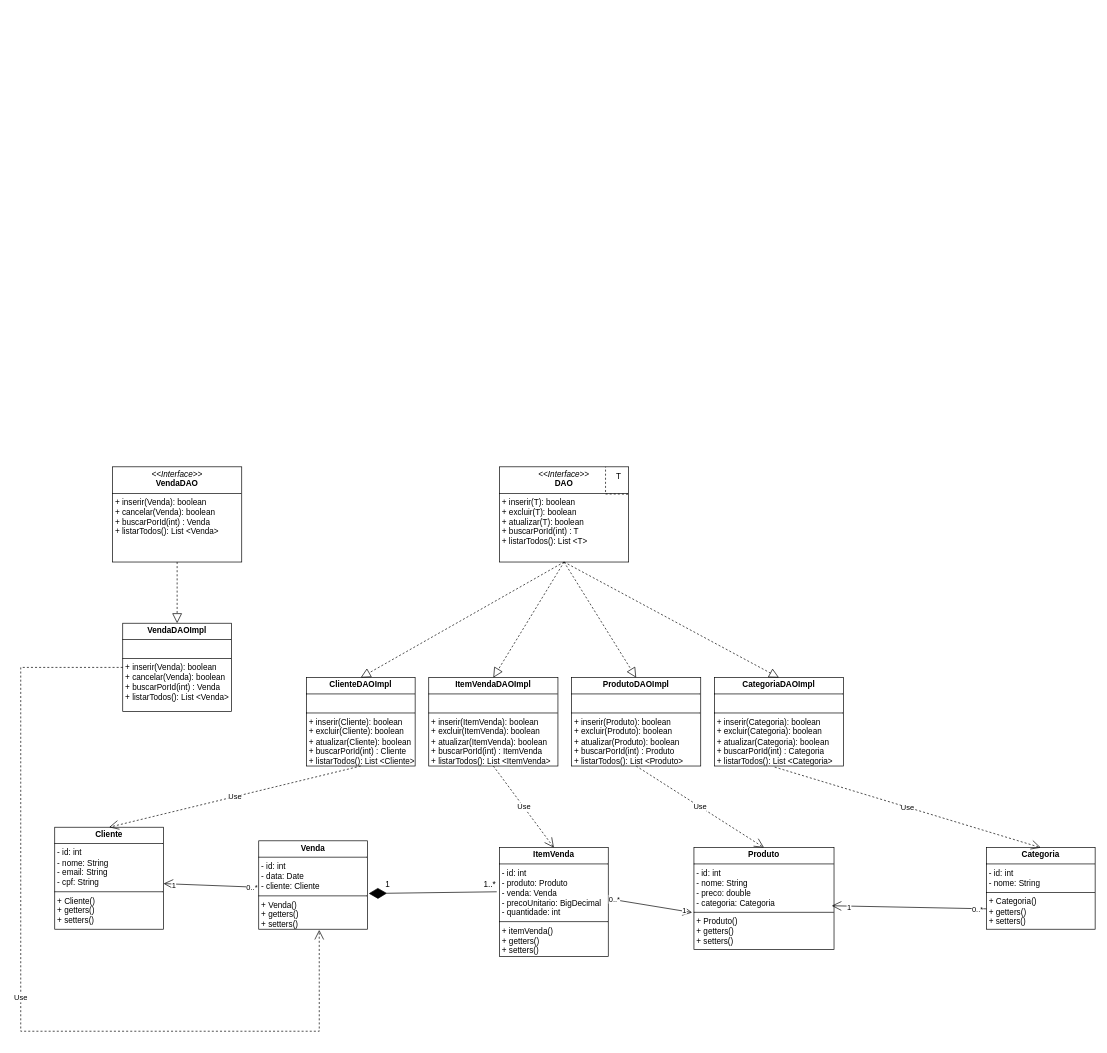
Above: DIagramaDeClasse.drawio in vitor0930/CRUD-Floricultura (draw.io), before the change. Source tidied: cells renumbered, new cells numbered last; positions are measured from the earlier drawing's top-left corner, leaving out a move shared by most shapes. Both pictures are drawn from the tidied source at 68%, with x=0, y=0 at pixel (20, 466).
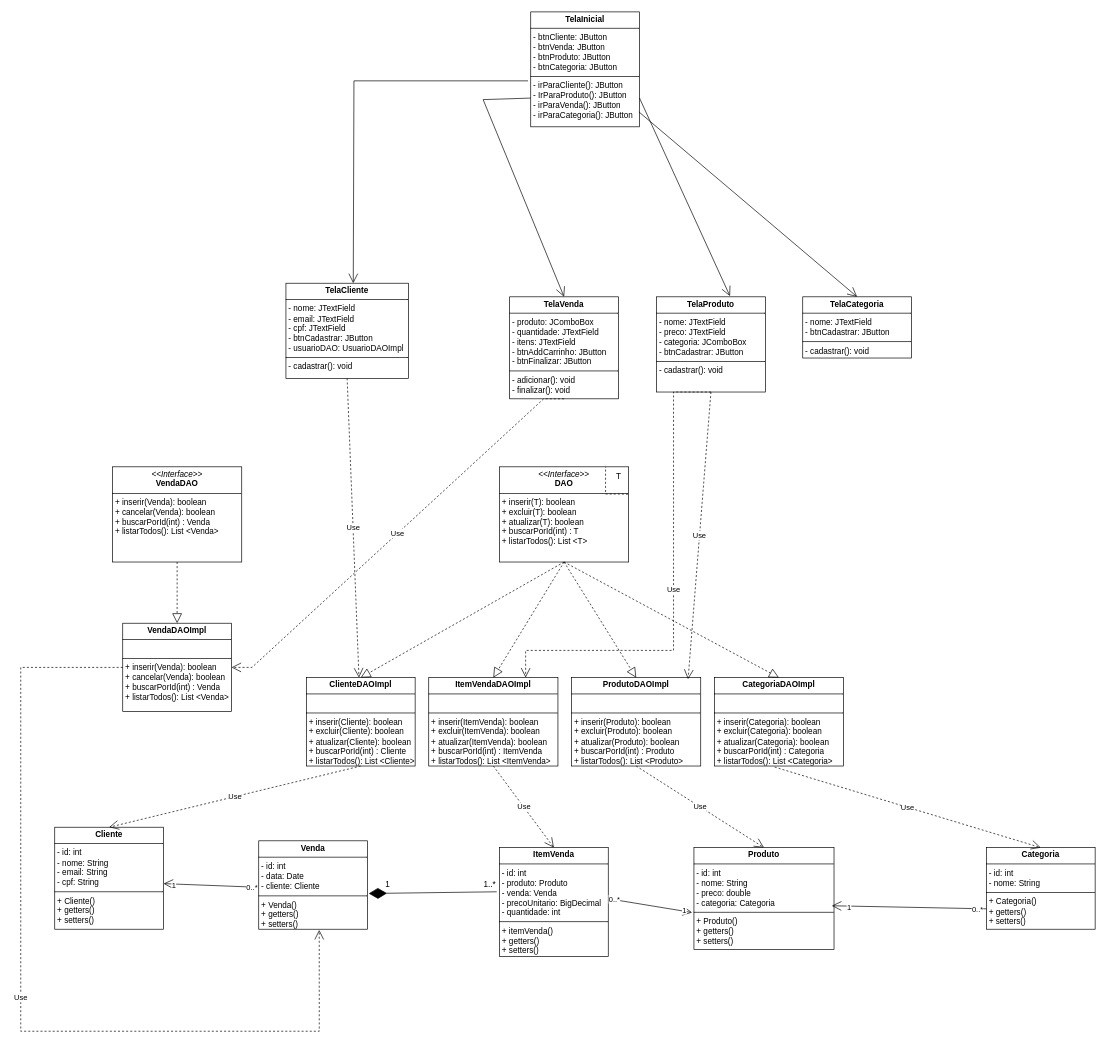
Above is the later version.

Unchanged cells that the change refers to:
```xml
<mxCell id="9" value="&lt;p style=&quot;margin:0px;margin-top:4px;text-align:center;&quot;&gt;&lt;b&gt;ClienteDAOImpl&lt;/b&gt;&lt;/p&gt;&lt;hr size=&quot;1&quot; style=&quot;border-style:solid;&quot;&gt;&lt;p style=&quot;margin:0px;margin-left:4px;&quot;&gt;&lt;br&gt;&lt;/p&gt;&lt;hr size=&quot;1&quot; style=&quot;border-style:solid;&quot;&gt;&lt;p style=&quot;margin: 0px 0px 0px 4px;&quot;&gt;+ inserir(Cliente): boolean&lt;br&gt;+ excluir(Cliente): boolean&lt;/p&gt;&lt;p style=&quot;margin: 0px 0px 0px 4px;&quot;&gt;+ atualizar(Cliente): boolean&lt;/p&gt;&lt;p style=&quot;margin: 0px 0px 0px 4px;&quot;&gt;+ buscarPorId(int) : Cliente&lt;/p&gt;&lt;p style=&quot;margin: 0px 0px 0px 4px;&quot;&gt;+ listarTodos(): List &amp;lt;Cliente&amp;gt;&lt;/p&gt;" style="verticalAlign=top;align=left;overflow=fill;html=1;whiteSpace=wrap;" parent="1" vertex="1">
  <mxGeometry x="420" y="310" width="160" height="130" as="geometry" />
</mxCell>
<mxCell id="10" value="&lt;p style=&quot;margin:0px;margin-top:4px;text-align:center;&quot;&gt;&lt;b&gt;VendaDAOImpl&lt;/b&gt;&lt;/p&gt;&lt;hr size=&quot;1&quot; style=&quot;border-style:solid;&quot;&gt;&lt;p style=&quot;margin:0px;margin-left:4px;&quot;&gt;&lt;br&gt;&lt;/p&gt;&lt;hr size=&quot;1&quot; style=&quot;border-style:solid;&quot;&gt;&lt;p style=&quot;margin: 0px 0px 0px 4px;&quot;&gt;+ inserir(Venda): boolean&lt;br&gt;+ cancelar(Venda): boolean&lt;/p&gt;&lt;p style=&quot;margin: 0px 0px 0px 4px;&quot;&gt;+ buscarPorId(int) : Venda&lt;/p&gt;&lt;p style=&quot;margin: 0px 0px 0px 4px;&quot;&gt;+ listarTodos(): List &amp;lt;Venda&amp;gt;&lt;/p&gt;" style="verticalAlign=top;align=left;overflow=fill;html=1;whiteSpace=wrap;" parent="1" vertex="1">
  <mxGeometry x="150" y="230" width="160" height="130" as="geometry" />
</mxCell>
<mxCell id="13" value="&lt;p style=&quot;margin:0px;margin-top:4px;text-align:center;&quot;&gt;&lt;b&gt;ProdutoDAOImpl&lt;/b&gt;&lt;/p&gt;&lt;hr size=&quot;1&quot; style=&quot;border-style:solid;&quot;&gt;&lt;p style=&quot;margin:0px;margin-left:4px;&quot;&gt;&lt;br&gt;&lt;/p&gt;&lt;hr size=&quot;1&quot; style=&quot;border-style:solid;&quot;&gt;&lt;p style=&quot;margin: 0px 0px 0px 4px;&quot;&gt;+ inserir(Produto): boolean&lt;br&gt;+ excluir(Produto): boolean&lt;/p&gt;&lt;p style=&quot;margin: 0px 0px 0px 4px;&quot;&gt;+ atualizar(Produto): boolean&lt;/p&gt;&lt;p style=&quot;margin: 0px 0px 0px 4px;&quot;&gt;+ buscarPorId(int) : Produto&lt;/p&gt;&lt;p style=&quot;margin: 0px 0px 0px 4px;&quot;&gt;+ listarTodos(): List &amp;lt;Produto&amp;gt;&lt;/p&gt;" style="verticalAlign=top;align=left;overflow=fill;html=1;whiteSpace=wrap;" parent="1" vertex="1">
  <mxGeometry x="810" y="310" width="190" height="130" as="geometry" />
</mxCell>
<mxCell id="14" value="&lt;p style=&quot;margin:0px;margin-top:4px;text-align:center;&quot;&gt;&lt;b&gt;ItemVendaDAOImpl&lt;/b&gt;&lt;/p&gt;&lt;hr size=&quot;1&quot; style=&quot;border-style:solid;&quot;&gt;&lt;p style=&quot;margin:0px;margin-left:4px;&quot;&gt;&lt;br&gt;&lt;/p&gt;&lt;hr size=&quot;1&quot; style=&quot;border-style:solid;&quot;&gt;&lt;p style=&quot;margin: 0px 0px 0px 4px;&quot;&gt;+ inserir(ItemVenda): boolean&lt;br&gt;+ excluir(ItemVenda): boolean&lt;/p&gt;&lt;p style=&quot;margin: 0px 0px 0px 4px;&quot;&gt;+ atualizar(ItemVenda): boolean&lt;/p&gt;&lt;p style=&quot;margin: 0px 0px 0px 4px;&quot;&gt;+ buscarPorId(int) : ItemVenda&lt;/p&gt;&lt;p style=&quot;margin: 0px 0px 0px 4px;&quot;&gt;+ listarTodos(): List &amp;lt;ItemVenda&amp;gt;&lt;/p&gt;" style="verticalAlign=top;align=left;overflow=fill;html=1;whiteSpace=wrap;" parent="1" vertex="1">
  <mxGeometry x="600" y="310" width="190" height="130" as="geometry" />
</mxCell>
```

What changed in the source:
```diff
@@
+    <mxCell id="39" value="&lt;p style=&quot;margin:0px;margin-top:4px;text-align:center;&quot;&gt;&lt;b&gt;TelaInicial&lt;/b&gt;&lt;/p&gt;&lt;hr size=&quot;1&quot; style=&quot;border-style:solid;&quot;&gt;&lt;p style=&quot;margin: 0px 0px 0px 4px;&quot;&gt;- btnCliente: JButton&lt;/p&gt;&lt;p style=&quot;margin: 0px 0px 0px 4px;&quot;&gt;- btnVenda: JButton&lt;/p&gt;&lt;p style=&quot;margin: 0px 0px 0px 4px;&quot;&gt;- btnProduto: JButton&lt;/p&gt;&lt;p style=&quot;margin: 0px 0px 0px 4px;&quot;&gt;- btnCategoria: JButton&lt;/p&gt;&lt;hr size=&quot;1&quot; style=&quot;border-style:solid;&quot;&gt;&lt;p style=&quot;margin:0px;margin-left:4px;&quot;&gt;- irParaCliente(): JButton&lt;/p&gt;&lt;p style=&quot;margin:0px;margin-left:4px;&quot;&gt;- IrParaProduto(): JButton&lt;/p&gt;&lt;p style=&quot;margin:0px;margin-left:4px;&quot;&gt;- irParaVenda(): JButton&lt;/p&gt;&lt;p style=&quot;margin:0px;margin-left:4px;&quot;&gt;- irParaCategoria(): JButton&lt;/p&gt;" style="verticalAlign=top;align=left;overflow=fill;html=1;whiteSpace=wrap;" parent="1" vertex="1">
+      <mxGeometry x="750" y="-669" width="160" height="169" as="geometry" />
+    </mxCell>
+    <mxCell id="40" value="&lt;p style=&quot;margin:0px;margin-top:4px;text-align:center;&quot;&gt;&lt;b&gt;TelaCliente&lt;/b&gt;&lt;/p&gt;&lt;hr size=&quot;1&quot; style=&quot;border-style:solid;&quot;&gt;&lt;p style=&quot;margin:0px;margin-left:4px;&quot;&gt;- nome: JTextField&lt;/p&gt;&lt;p style=&quot;margin:0px;margin-left:4px;&quot;&gt;- email: JTextField&lt;/p&gt;&lt;p style=&quot;margin:0px;margin-left:4px;&quot;&gt;- cpf: JTextField&lt;/p&gt;&lt;p style=&quot;margin:0px;margin-left:4px;&quot;&gt;- btnCadastrar: JButton&lt;/p&gt;&lt;p style=&quot;margin:0px;margin-left:4px;&quot;&gt;- usuarioDAO: UsuarioDAOImpl&lt;/p&gt;&lt;hr size=&quot;1&quot; style=&quot;border-style:solid;&quot;&gt;&lt;p style=&quot;margin:0px;margin-left:4px;&quot;&gt;- cadastrar(): void&lt;/p&gt;" style="verticalAlign=top;align=left;overflow=fill;html=1;whiteSpace=wrap;" parent="1" vertex="1">
+      <mxGeometry x="390" y="-270" width="180" height="140" as="geometry" />
+    </mxCell>
+    <mxCell id="41" value="&lt;p style=&quot;margin:0px;margin-top:4px;text-align:center;&quot;&gt;&lt;b&gt;TelaVenda&lt;/b&gt;&lt;/p&gt;&lt;hr size=&quot;1&quot; style=&quot;border-style:solid;&quot;&gt;&lt;p style=&quot;margin:0px;margin-left:4px;&quot;&gt;- produto: JComboBox&lt;/p&gt;&lt;p style=&quot;margin:0px;margin-left:4px;&quot;&gt;- quantidade: JTextField&lt;/p&gt;&lt;p style=&quot;margin:0px;margin-left:4px;&quot;&gt;- itens: JTextField&lt;/p&gt;&lt;p style=&quot;margin:0px;margin-left:4px;&quot;&gt;- btnAddCarrinho: JButton&lt;/p&gt;&lt;p style=&quot;margin:0px;margin-left:4px;&quot;&gt;- btnFinalizar: JButton&lt;/p&gt;&lt;hr size=&quot;1&quot; style=&quot;border-style:solid;&quot;&gt;&lt;p style=&quot;margin:0px;margin-left:4px;&quot;&gt;- adicionar(): void&lt;/p&gt;&lt;p style=&quot;margin:0px;margin-left:4px;&quot;&gt;- finalizar(): void&lt;/p&gt;" style="verticalAlign=top;align=left;overflow=fill;html=1;whiteSpace=wrap;" parent="1" vertex="1">
+      <mxGeometry x="719" y="-250" width="160" height="150" as="geometry" />
+    </mxCell>
+    <mxCell id="42" value="&lt;p style=&quot;margin:0px;margin-top:4px;text-align:center;&quot;&gt;&lt;b&gt;TelaProduto&lt;/b&gt;&lt;/p&gt;&lt;hr size=&quot;1&quot; style=&quot;border-style:solid;&quot;&gt;&lt;p style=&quot;margin:0px;margin-left:4px;&quot;&gt;- nome: JTextField&lt;/p&gt;&lt;p style=&quot;margin:0px;margin-left:4px;&quot;&gt;- preco: JTextField&lt;/p&gt;&lt;p style=&quot;margin:0px;margin-left:4px;&quot;&gt;- categoria: JComboBox&lt;/p&gt;&lt;p style=&quot;margin:0px;margin-left:4px;&quot;&gt;- btnCadastrar: JButton&lt;/p&gt;&lt;hr size=&quot;1&quot; style=&quot;border-style:solid;&quot;&gt;&lt;p style=&quot;margin:0px;margin-left:4px;&quot;&gt;- cadastrar(): void&lt;/p&gt;" style="verticalAlign=top;align=left;overflow=fill;html=1;whiteSpace=wrap;" parent="1" vertex="1">
+      <mxGeometry x="935" y="-250" width="160" height="140" as="geometry" />
+    </mxCell>
+    <mxCell id="43" value="&lt;p style=&quot;margin:0px;margin-top:4px;text-align:center;&quot;&gt;&lt;b&gt;TelaCategoria&lt;/b&gt;&lt;/p&gt;&lt;hr size=&quot;1&quot; style=&quot;border-style:solid;&quot;&gt;&lt;p style=&quot;margin:0px;margin-left:4px;&quot;&gt;- nome: JTextField&lt;/p&gt;&lt;p style=&quot;margin:0px;margin-left:4px;&quot;&gt;- btnCadastrar: JButton&lt;/p&gt;&lt;hr size=&quot;1&quot; style=&quot;border-style:solid;&quot;&gt;&lt;p style=&quot;margin:0px;margin-left:4px;&quot;&gt;- cadastrar(): void&lt;/p&gt;" style="verticalAlign=top;align=left;overflow=fill;html=1;whiteSpace=wrap;" parent="1" vertex="1">
+      <mxGeometry x="1150" y="-250" width="160" height="90" as="geometry" />
+    </mxCell>
+    <mxCell id="44" value="Use" style="endArrow=open;endSize=12;dashed=1;html=1;rounded=0;exitX=0.5;exitY=1;exitDx=0;exitDy=0;" parent="1" edge="1" source="40" target="9">
+      <mxGeometry relative="1" as="geometry" />
+    </mxCell>
+    <mxCell id="45" value="Use" style="endArrow=open;endSize=12;dashed=1;html=1;rounded=0;exitX=0.5;exitY=1;exitDx=0;exitDy=0;edgeStyle=entityRelationEdgeStyle;elbow=vertical;" parent="1" edge="1" source="41" target="10">
+      <mxGeometry relative="1" as="geometry" />
+    </mxCell>
+    <mxCell id="46" value="Use" style="endArrow=open;endSize=12;dashed=1;html=1;rounded=0;exitX=0.5;exitY=1;exitDx=0;exitDy=0;elbow=vertical;entryX=0.75;entryY=0;entryDx=0;entryDy=0;edgeStyle=orthogonalEdgeStyle;" parent="1" edge="1" source="42" target="14">
+      <mxGeometry relative="1" as="geometry">
+        <Array as="points">
+          <mxPoint x="960" y="-110" />
+          <mxPoint x="960" y="270" />
+          <mxPoint x="742.5" y="270" />
+        </Array>
+      </mxGeometry>
+    </mxCell>
+    <mxCell id="47" value="Use" style="endArrow=open;endSize=12;dashed=1;html=1;rounded=0;exitX=0.5;exitY=1;exitDx=0;exitDy=0;elbow=vertical;entryX=0.902;entryY=0.018;entryDx=0;entryDy=0;entryPerimeter=0;" parent="1" edge="1" source="42" target="13">
+      <mxGeometry relative="1" as="geometry" />
+    </mxCell>
+    <mxCell id="48" style="endArrow=open;endFill=1;endSize=12;html=1;rounded=0;entryX=0.55;entryY=0;entryDx=0;entryDy=0;entryPerimeter=0;exitX=-0.025;exitY=0.6;exitDx=0;exitDy=0;exitPerimeter=0;" parent="1" edge="1" source="39" target="40">
+      <mxGeometry relative="1" as="geometry">
+        <Array as="points">
+          <mxPoint x="490" y="-567.6" />
+        </Array>
+      </mxGeometry>
+    </mxCell>
+    <mxCell id="49" style="endArrow=open;endFill=1;endSize=12;html=1;rounded=0;exitX=1;exitY=0.75;exitDx=0;exitDy=0;entryX=0.675;entryY=-0.007;entryDx=0;entryDy=0;entryPerimeter=0;" parent="1" edge="1" source="39" target="42">
+      <mxGeometry relative="1" as="geometry" />
+    </mxCell>
+    <mxCell id="50" style="endArrow=open;endFill=1;endSize=12;html=1;rounded=0;entryX=0.5;entryY=0;entryDx=0;entryDy=0;exitX=0;exitY=0.75;exitDx=0;exitDy=0;" parent="1" edge="1" source="39" target="41">
+      <mxGeometry relative="1" as="geometry">
+        <Array as="points">
+          <mxPoint x="680" y="-540" />
+        </Array>
+      </mxGeometry>
+    </mxCell>
+    <mxCell id="51" style="endArrow=open;endFill=1;endSize=12;html=1;rounded=0;exitX=0.994;exitY=0.87;exitDx=0;exitDy=0;entryX=0.5;entryY=0;entryDx=0;entryDy=0;exitPerimeter=0;" parent="1" edge="1" source="39" target="43">
+      <mxGeometry relative="1" as="geometry" />
+    </mxCell>
```
